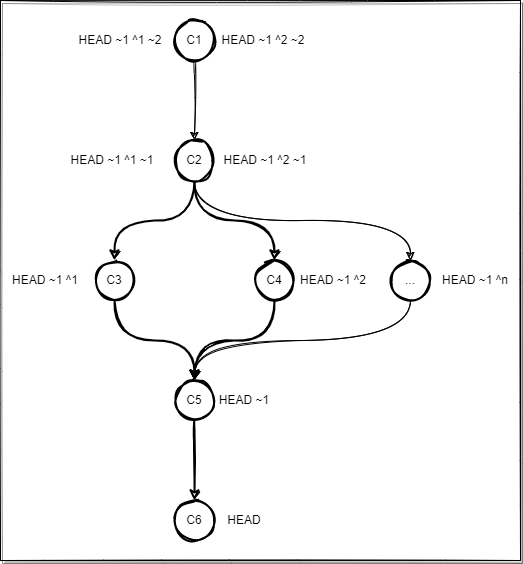
Before: Assets/uml/git-selectors.drawio.png, a diagram exported from draw.io (braboj/tutorial-git). Source tidied: cells renumbered, new cells last; positions are measured from the earlier drawing's top-left corner, leaving out a move shared by most shapes.
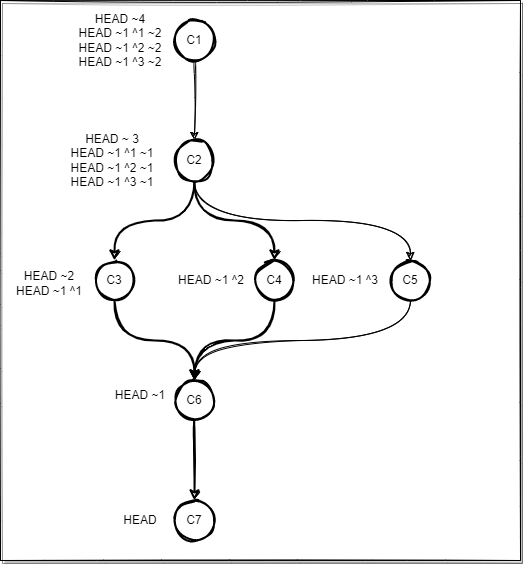
The same diagram one commit later.

What changed in the source:
```diff
@@ -37,39 +37,33 @@
     <mxCell id="12" style="edgeStyle=orthogonalEdgeStyle;jettySize=auto;html=1;strokeWidth=2;sketch=1;curved=1;" parent="1" edge="1" source="13" target="14">
       <mxGeometry relative="1" as="geometry" />
     </mxCell>
-    <mxCell id="13" value="C5" style="ellipse;whiteSpace=wrap;html=1;strokeWidth=2;sketch=1;" parent="1" vertex="1">
+    <mxCell id="13" value="C6" style="ellipse;whiteSpace=wrap;html=1;strokeWidth=2;sketch=1;" parent="1" vertex="1">
       <mxGeometry x="174" y="380" width="40" height="40" as="geometry" />
     </mxCell>
-    <mxCell id="14" value="C6" style="ellipse;whiteSpace=wrap;html=1;strokeWidth=2;sketch=1;" parent="1" vertex="1">
+    <mxCell id="14" value="C7" style="ellipse;whiteSpace=wrap;html=1;strokeWidth=2;sketch=1;" parent="1" vertex="1">
       <mxGeometry x="174" y="500" width="40" height="40" as="geometry" />
     </mxCell>
     <mxCell id="15" value="C1" style="ellipse;whiteSpace=wrap;html=1;strokeWidth=2;shadow=0;sketch=1;" parent="1" vertex="1">
       <mxGeometry x="174" y="20" width="40" height="40" as="geometry" />
     </mxCell>
     <mxCell id="16" value="HEAD" style="text;html=1;strokeColor=none;fillColor=none;align=center;verticalAlign=middle;whiteSpace=wrap;sketch=1;" parent="1" vertex="1">
-      <mxGeometry x="214" y="505" width="60" height="30" as="geometry" />
+      <mxGeometry x="110" y="505" width="60" height="30" as="geometry" />
     </mxCell>
     <mxCell id="17" value="HEAD ~1" style="text;html=1;strokeColor=none;fillColor=none;align=center;verticalAlign=middle;whiteSpace=wrap;sketch=1;" parent="1" vertex="1">
-      <mxGeometry x="214" y="385" width="60" height="30" as="geometry" />
+      <mxGeometry x="110" y="380" width="60" height="30" as="geometry" />
     </mxCell>
-    <mxCell id="18" value="HEAD ~1 ^1" style="text;html=1;strokeColor=none;fillColor=none;align=center;verticalAlign=middle;whiteSpace=wrap;sketch=1;" parent="1" vertex="1">
-      <mxGeometry y="265" width="90" height="30" as="geometry" />
+    <mxCell id="18" value="HEAD ~2&lt;br&gt;HEAD ~1 ^1" style="text;html=1;strokeColor=none;fillColor=none;align=center;verticalAlign=middle;whiteSpace=wrap;sketch=1;" parent="1" vertex="1">
+      <mxGeometry x="4" y="265" width="90" height="35" as="geometry" />
     </mxCell>
     <mxCell id="19" value="HEAD ~1 ^2" style="text;html=1;strokeColor=none;fillColor=none;align=center;verticalAlign=middle;whiteSpace=wrap;sketch=1;" parent="1" vertex="1">
-      <mxGeometry x="296" y="265" width="74" height="30" as="geometry" />
+      <mxGeometry x="174" y="265" width="74" height="30" as="geometry" />
     </mxCell>
-    <mxCell id="20" value="HEAD ~1 ^1 ~1" style="text;html=1;strokeColor=none;fillColor=none;align=center;verticalAlign=middle;whiteSpace=wrap;sketch=1;" parent="1" vertex="1">
-      <mxGeometry x="60" y="145" width="104" height="30" as="geometry" />
+    <mxCell id="20" value="HEAD ~ 3&lt;br&gt;HEAD ~1 ^1 ~1&lt;br&gt;HEAD ~1 ^2 ~1&lt;br&gt;HEAD ~1 ^3 ~1" style="text;html=1;strokeColor=none;fillColor=none;align=center;verticalAlign=middle;whiteSpace=wrap;sketch=1;" parent="1" vertex="1">
+      <mxGeometry x="60" y="130" width="104" height="60" as="geometry" />
     </mxCell>
-    <mxCell id="21" value="HEAD ~1 ^2 ~1" style="text;html=1;strokeColor=none;fillColor=none;align=center;verticalAlign=middle;whiteSpace=wrap;sketch=1;" parent="1" vertex="1">
-      <mxGeometry x="220" y="145" width="90" height="30" as="geometry" />
-    </mxCell>
-    <mxCell id="22" value="HEAD ~1 ^1 ~2" style="text;html=1;strokeColor=none;fillColor=none;align=center;verticalAlign=middle;whiteSpace=wrap;sketch=1;" parent="1" vertex="1">
-      <mxGeometry x="70" y="25" width="100" height="30" as="geometry" />
+    <mxCell id="22" value="HEAD ~4&lt;br&gt;HEAD ~1 ^1 ~2&lt;br&gt;HEAD ~1 ^2 ~2&lt;br&gt;HEAD ~1 ^3 ~2" style="text;html=1;strokeColor=none;fillColor=none;align=center;verticalAlign=middle;whiteSpace=wrap;sketch=1;" parent="1" vertex="1">
+      <mxGeometry x="70" y="10" width="100" height="60" as="geometry" />
     </mxCell>
-    <mxCell id="23" value="HEAD ~1 ^2 ~2" style="text;html=1;strokeColor=none;fillColor=none;align=center;verticalAlign=middle;whiteSpace=wrap;sketch=1;" parent="1" vertex="1">
-      <mxGeometry x="218" y="25" width="90" height="30" as="geometry" />
-    </mxCell>
     <mxCell id="24" style="edgeStyle=orthogonalEdgeStyle;jettySize=auto;html=1;entryX=0.5;entryY=0;entryDx=0;entryDy=0;sketch=1;curved=1;" parent="1" edge="1" source="25" target="13">
       <mxGeometry relative="1" as="geometry">
         <Array as="points">
@@ -78,11 +72,11 @@
         </Array>
       </mxGeometry>
     </mxCell>
-    <mxCell id="25" value="..." style="ellipse;whiteSpace=wrap;html=1;strokeWidth=2;sketch=1;" parent="1" vertex="1">
+    <mxCell id="25" value="C5" style="ellipse;whiteSpace=wrap;html=1;strokeWidth=2;sketch=1;" parent="1" vertex="1">
       <mxGeometry x="390" y="260" width="40" height="40" as="geometry" />
     </mxCell>
-    <mxCell id="26" value="HEAD ~1 ^n" style="text;html=1;strokeColor=none;fillColor=none;align=center;verticalAlign=middle;whiteSpace=wrap;sketch=1;" parent="1" vertex="1">
-      <mxGeometry x="440" y="265" width="70" height="30" as="geometry" />
+    <mxCell id="26" value="HEAD ~1 ^3" style="text;html=1;strokeColor=none;fillColor=none;align=center;verticalAlign=middle;whiteSpace=wrap;sketch=1;" parent="1" vertex="1">
+      <mxGeometry x="310" y="265" width="70" height="30" as="geometry" />
     </mxCell>
   </root>
 </mxGraphModel>
```
